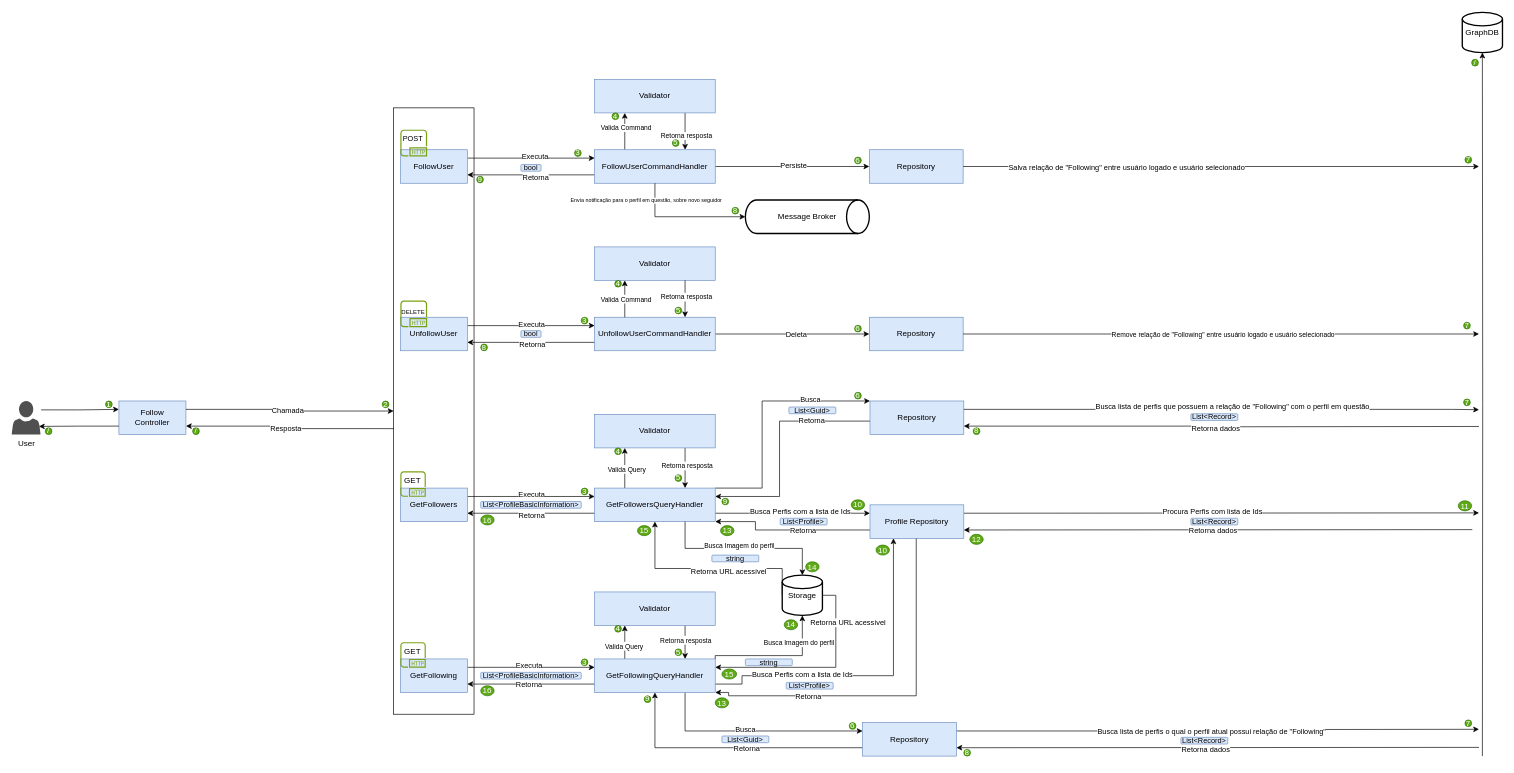
The draw.io diagram page "SocialService/Follow" (7 of 34) of Architecture.drawio in AlanEdward19/ShapeUp, before the edit. Source tidied: cells renumbered, new cells numbered last; positions are measured from the earlier drawing's top-left corner, leaving out a move shared by most shapes. Both pictures are drawn from the tidied source at 67%, with x=0, y=0 at pixel (11, 12).
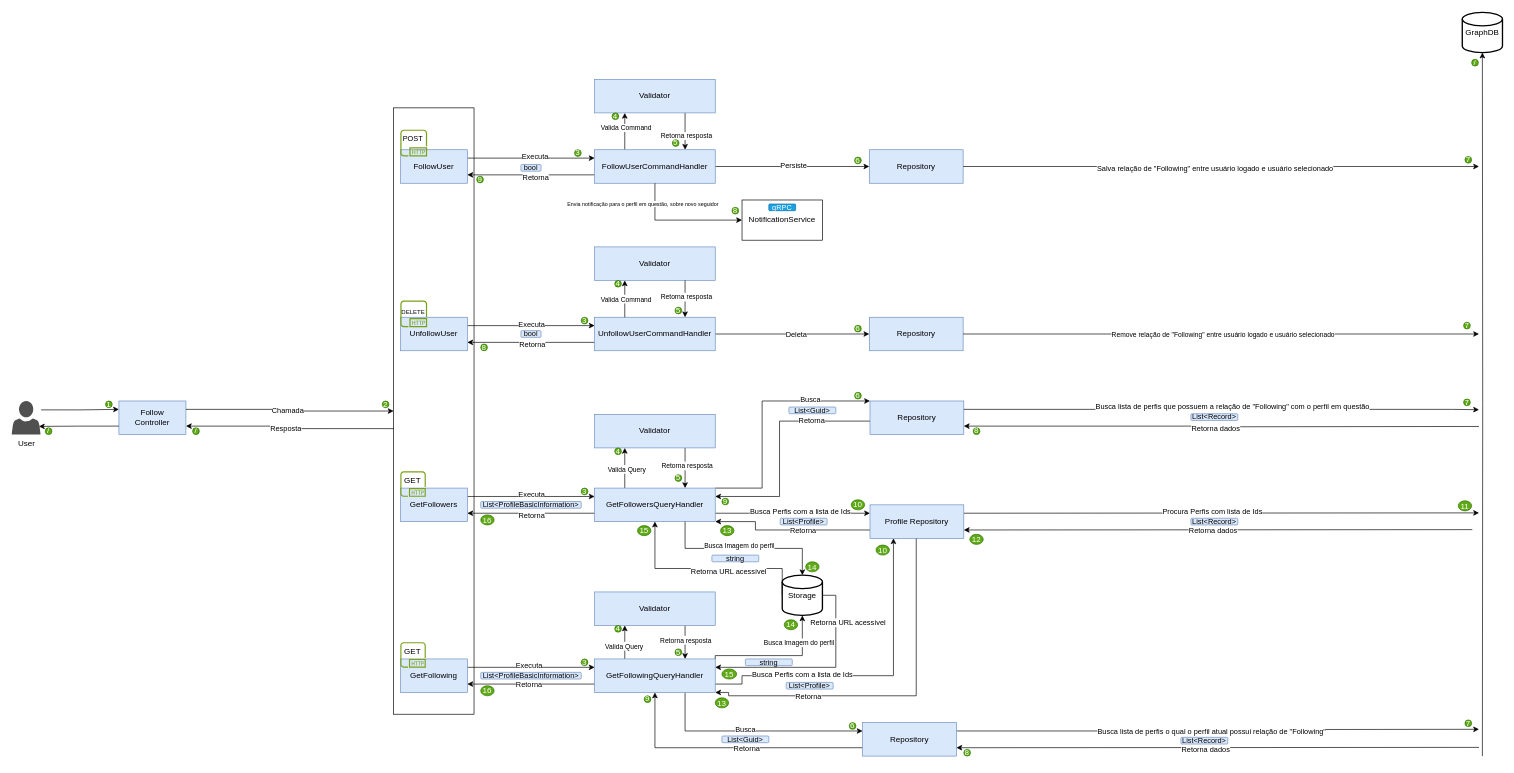
After the change.

Unchanged cells that the change refers to:
```xml
<mxCell id="17" value="FollowUserCommandHandler" style="whiteSpace=wrap;html=1;fillColor=#dae8fc;strokeColor=#6c8ebf;" parent="1" vertex="1">
  <mxGeometry x="870" y="205" width="180" height="50" as="geometry" />
</mxCell>
<mxCell id="29" style="edgeStyle=orthogonalEdgeStyle;rounded=0;jettySize=auto;html=1;exitX=1;exitY=0.5;exitDx=0;exitDy=0;" parent="1" edge="1" source="27">
  <mxGeometry relative="1" as="geometry">
    <mxPoint x="2190" y="230" as="targetPoint" />
    <Array as="points">
      <mxPoint x="1920" y="230" />
      <mxPoint x="1920" y="230" />
    </Array>
  </mxGeometry>
</mxCell>
```

The edit, as a diff of the source:
```diff
@@
     <mxCell id="30" value="Salva relação de &quot;Following&quot; entre usuário logado e usuário selecionado" style="edgeLabel;html=1;align=center;verticalAlign=middle;" parent="29" vertex="1">
       <mxGeometry x="0.1" y="-2" relative="1" as="geometry">
-        <mxPoint x="-181" y="-2" as="offset" />
+        <mxPoint x="-49" as="offset" />
       </mxGeometry>
     </mxCell>
-    <mxCell id="31" value="Message Broker" style="strokeWidth=2;html=1;shape=mxgraph.flowchart.direct_data;whiteSpace=wrap;rotation=0;" parent="1" vertex="1">
-      <mxGeometry x="1095" y="280" width="185" height="50" as="geometry" />
-    </mxCell>
-    <mxCell id="32" style="edgeStyle=orthogonalEdgeStyle;rounded=0;jettySize=auto;html=1;exitX=0.5;exitY=1;exitDx=0;exitDy=0;entryX=0;entryY=0.5;entryDx=0;entryDy=0;entryPerimeter=0;" parent="1" edge="1" source="17" target="31">
+    <mxCell id="32" style="edgeStyle=orthogonalEdgeStyle;rounded=0;jettySize=auto;html=1;exitX=0.5;exitY=1;exitDx=0;exitDy=0;entryX=0;entryY=0.5;entryDx=0;entryDy=0;" parent="1" edge="1" source="17" target="185">
       <mxGeometry relative="1" as="geometry" />
     </mxCell>
@@
+    <mxCell id="185" value="NotificationService" style="whiteSpace=wrap;html=1;" parent="1" vertex="1">
+      <mxGeometry x="1090" y="280" width="120" height="60" as="geometry" />
+    </mxCell>
+    <mxCell id="186" value="gRPC" style="rounded=1;whiteSpace=wrap;html=1;fillColor=#1ba1e2;strokeColor=#006EAF;fontSize=11;fontColor=#ffffff;" parent="1" vertex="1">
+      <mxGeometry x="1130" y="286" width="40" height="10" as="geometry" />
+    </mxCell>
```
